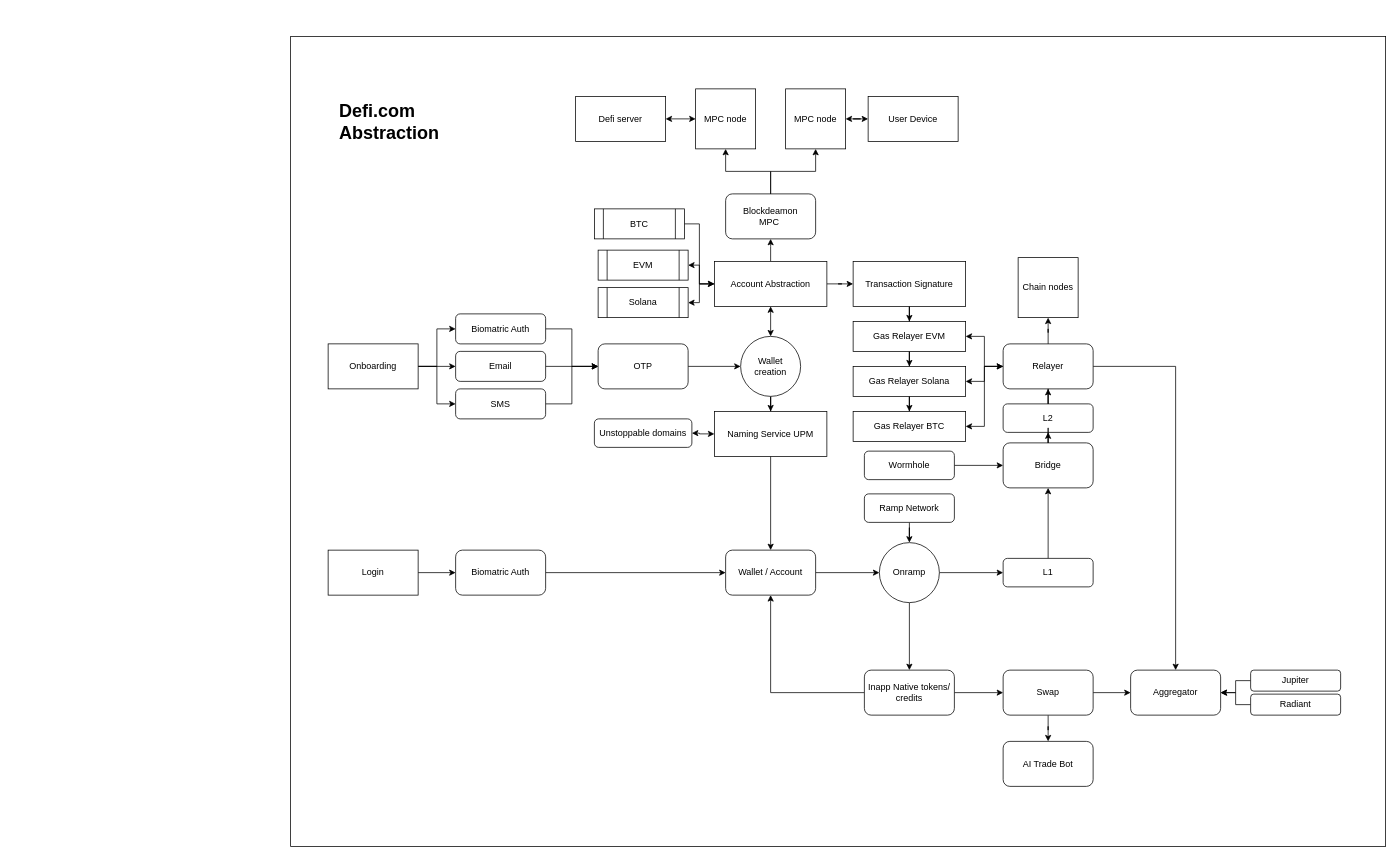
This is PasswordlessWalletDefi.com.drawio from ali-05-ahmed/Concept-Diagrams, a draw.io file, before an edit. Source tidied: cells renumbered, new cells numbered last; positions are measured from the earlier drawing's top-left corner, leaving out a move shared by most shapes. Both pictures are drawn from the tidied source at 75%, with x=0, y=0 at pixel (290, 36).
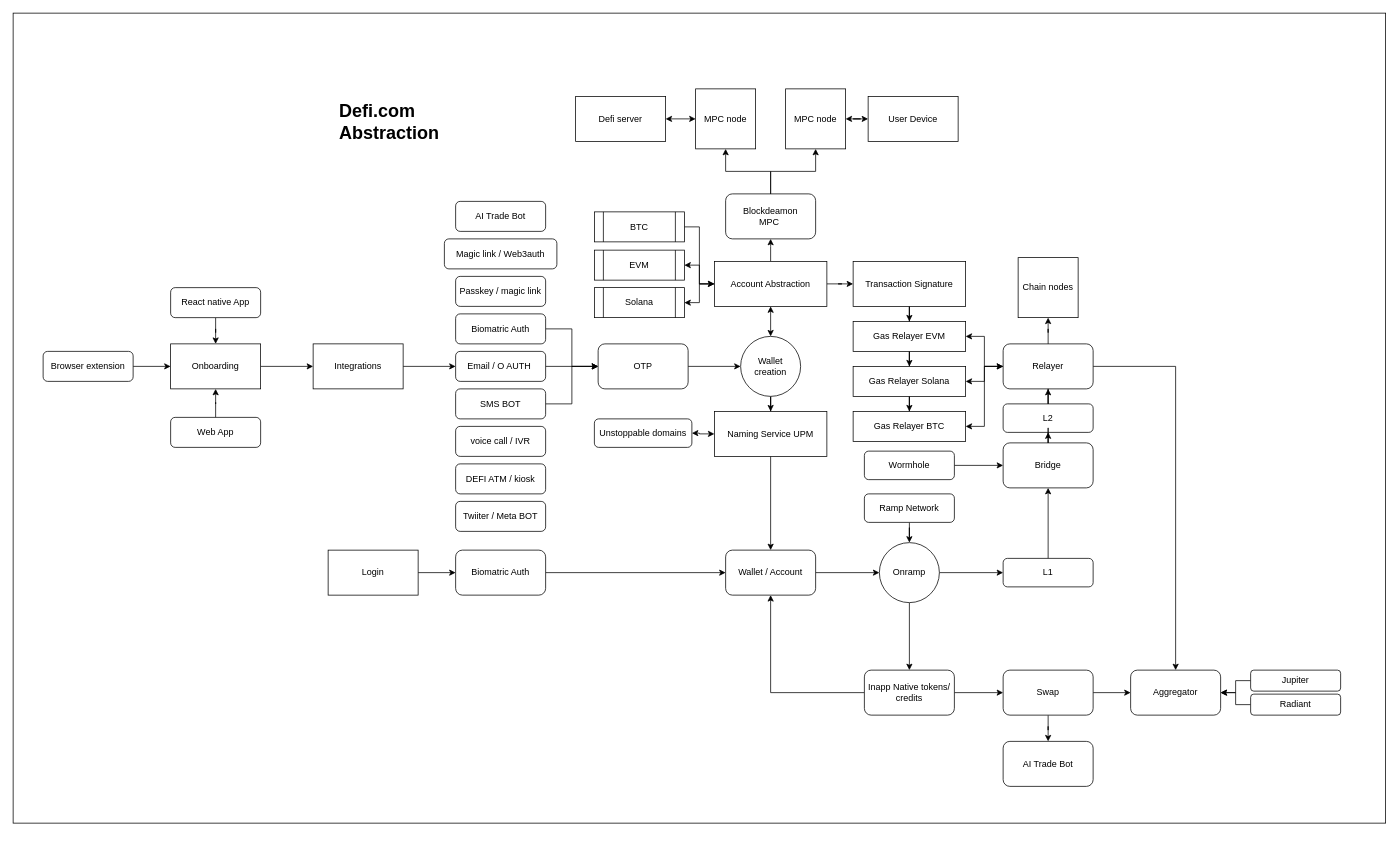
Above is the later version.

The change refers to these unchanged cells:
```xml
<mxCell id="10" value="Biomatric Auth" style="rounded=1;whiteSpace=wrap;html=1;" parent="1" vertex="1">
  <mxGeometry x="220" y="370" width="120" height="40" as="geometry" />
</mxCell>
```

The edit, as a diff of the source:
```diff
@@
     <mxCell id="2" style="rounded=0;whiteSpace=wrap;html=1;" parent="1" vertex="1">
-      <mxGeometry width="1460" height="1080" as="geometry" />
+      <mxGeometry x="-370" y="-31" width="1830" height="1080" as="geometry" />
     </mxCell>
-    <mxCell id="3" style="edgeStyle=orthogonalEdgeStyle;rounded=0;jettySize=auto;html=1;entryX=0;entryY=0.5;entryDx=0;entryDy=0;" parent="1" edge="1" source="6" target="10">
-      <mxGeometry relative="1" as="geometry" />
-    </mxCell>
-    <mxCell id="4" style="edgeStyle=orthogonalEdgeStyle;rounded=0;jettySize=auto;html=1;entryX=0;entryY=0.5;entryDx=0;entryDy=0;" parent="1" edge="1" source="6" target="8">
-      <mxGeometry relative="1" as="geometry" />
-    </mxCell>
-    <mxCell id="5" style="edgeStyle=orthogonalEdgeStyle;rounded=0;jettySize=auto;html=1;entryX=0;entryY=0.5;entryDx=0;entryDy=0;" parent="1" edge="1" source="6" target="44">
-      <mxGeometry relative="1" as="geometry" />
-    </mxCell>
+    <mxCell id="86" style="edgeStyle=orthogonalEdgeStyle;rounded=0;jettySize=auto;html=1;" parent="1" edge="1" source="6" target="100">
+      <mxGeometry relative="1" as="geometry" />
+    </mxCell>
     <mxCell id="6" value="Onboarding" style="rounded=0;whiteSpace=wrap;html=1;" parent="1" vertex="1">
-      <mxGeometry x="50" y="410" width="120" height="60" as="geometry" />
+      <mxGeometry x="-160" y="410" width="120" height="60" as="geometry" />
     </mxCell>
@@
-    <mxCell id="8" value="Email" style="rounded=1;whiteSpace=wrap;html=1;" parent="1" vertex="1">
+    <mxCell id="8" value="Email / O AUTH&amp;nbsp;" style="rounded=1;whiteSpace=wrap;html=1;" parent="1" vertex="1">
       <mxGeometry x="220" y="420" width="120" height="40" as="geometry" />
     </mxCell>
@@
-    <mxCell id="44" value="SMS" style="rounded=1;whiteSpace=wrap;html=1;" parent="1" vertex="1">
+    <mxCell id="44" value="SMS BOT" style="rounded=1;whiteSpace=wrap;html=1;" parent="1" vertex="1">
       <mxGeometry x="220" y="470" width="120" height="40" as="geometry" />
     </mxCell>
     <mxCell id="45" value="EVM" style="shape=process;whiteSpace=wrap;html=1;backgroundOutline=1;" parent="1" vertex="1">
-      <mxGeometry x="410" y="285" width="120" height="40" as="geometry" />
+      <mxGeometry x="405" y="285" width="120" height="40" as="geometry" />
     </mxCell>
     <mxCell id="46" value="Solana" style="shape=process;whiteSpace=wrap;html=1;backgroundOutline=1;" parent="1" vertex="1">
-      <mxGeometry x="410" y="335" width="120" height="40" as="geometry" />
+      <mxGeometry x="405" y="335" width="120" height="40" as="geometry" />
     </mxCell>
@@
     <mxCell id="81" value="BTC" style="shape=process;whiteSpace=wrap;html=1;backgroundOutline=1;" parent="1" vertex="1">
-      <mxGeometry x="405" y="230" width="120" height="40" as="geometry" />
+      <mxGeometry x="405" y="234" width="120" height="40" as="geometry" />
     </mxCell>
@@
+    <mxCell id="87" value="Passkey / magic link" style="rounded=1;whiteSpace=wrap;html=1;" parent="1" vertex="1">
+      <mxGeometry x="220" y="320" width="120" height="40" as="geometry" />
+    </mxCell>
+    <mxCell id="88" value="voice call / IVR" style="rounded=1;whiteSpace=wrap;html=1;" parent="1" vertex="1">
+      <mxGeometry x="220" y="520" width="120" height="40" as="geometry" />
+    </mxCell>
+    <mxCell id="89" value="DEFI ATM / kiosk" style="rounded=1;whiteSpace=wrap;html=1;" parent="1" vertex="1">
+      <mxGeometry x="220" y="570" width="120" height="40" as="geometry" />
+    </mxCell>
+    <mxCell id="90" value="AI Trade Bot" style="rounded=1;whiteSpace=wrap;html=1;" parent="1" vertex="1">
+      <mxGeometry x="220" y="220" width="120" height="40" as="geometry" />
+    </mxCell>
+    <mxCell id="91" value="Magic link / Web3auth" style="rounded=1;whiteSpace=wrap;html=1;" parent="1" vertex="1">
+      <mxGeometry x="205" y="270" width="150" height="40" as="geometry" />
+    </mxCell>
+    <mxCell id="92" style="edgeStyle=orthogonalEdgeStyle;rounded=0;jettySize=auto;html=1;" parent="1" edge="1" source="93" target="6">
+      <mxGeometry relative="1" as="geometry" />
+    </mxCell>
+    <mxCell id="93" value="React native App" style="rounded=1;whiteSpace=wrap;html=1;" parent="1" vertex="1">
+      <mxGeometry x="-160" y="335" width="120" height="40" as="geometry" />
+    </mxCell>
+    <mxCell id="94" style="edgeStyle=orthogonalEdgeStyle;rounded=0;jettySize=auto;html=1;" parent="1" edge="1" source="95" target="6">
+      <mxGeometry relative="1" as="geometry" />
+    </mxCell>
+    <mxCell id="95" value="Web App" style="rounded=1;whiteSpace=wrap;html=1;" parent="1" vertex="1">
+      <mxGeometry x="-160" y="508" width="120" height="40" as="geometry" />
+    </mxCell>
+    <mxCell id="96" style="edgeStyle=orthogonalEdgeStyle;rounded=0;jettySize=auto;html=1;" parent="1" edge="1" source="97" target="6">
+      <mxGeometry relative="1" as="geometry" />
+    </mxCell>
+    <mxCell id="97" value="Browser extension" style="rounded=1;whiteSpace=wrap;html=1;" parent="1" vertex="1">
+      <mxGeometry x="-330" y="420" width="120" height="40" as="geometry" />
+    </mxCell>
+    <mxCell id="98" value="Twiiter / Meta BOT" style="rounded=1;whiteSpace=wrap;html=1;" parent="1" vertex="1">
+      <mxGeometry x="220" y="620" width="120" height="40" as="geometry" />
+    </mxCell>
+    <mxCell id="99" style="edgeStyle=orthogonalEdgeStyle;rounded=0;jettySize=auto;html=1;entryX=0;entryY=0.5;entryDx=0;entryDy=0;" parent="1" edge="1" source="100" target="8">
+      <mxGeometry relative="1" as="geometry" />
+    </mxCell>
+    <mxCell id="100" value="Integrations" style="rounded=0;whiteSpace=wrap;html=1;" parent="1" vertex="1">
+      <mxGeometry x="30" y="410" width="120" height="60" as="geometry" />
+    </mxCell>
```
